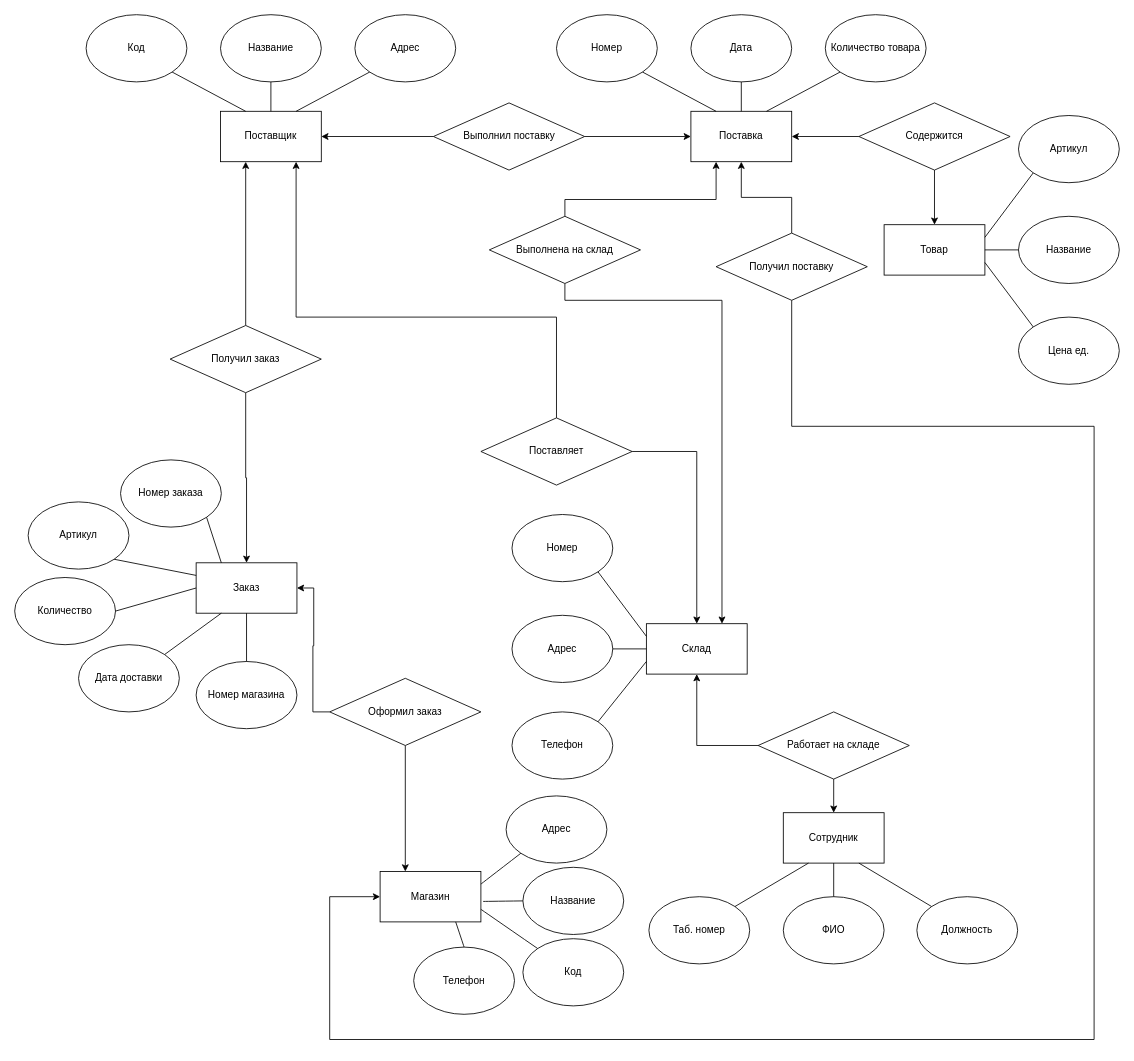
Above: Untitled Diagram.drawio in polina-shimolina/OpenWeatherMap1 (draw.io), before the change. Source tidied: cells renumbered, new cells numbered last; positions are measured from the earlier drawing's top-left corner, leaving out a move shared by most shapes. Both pictures are drawn from the tidied source at 84%, with x=0, y=0 at pixel (14, 14).
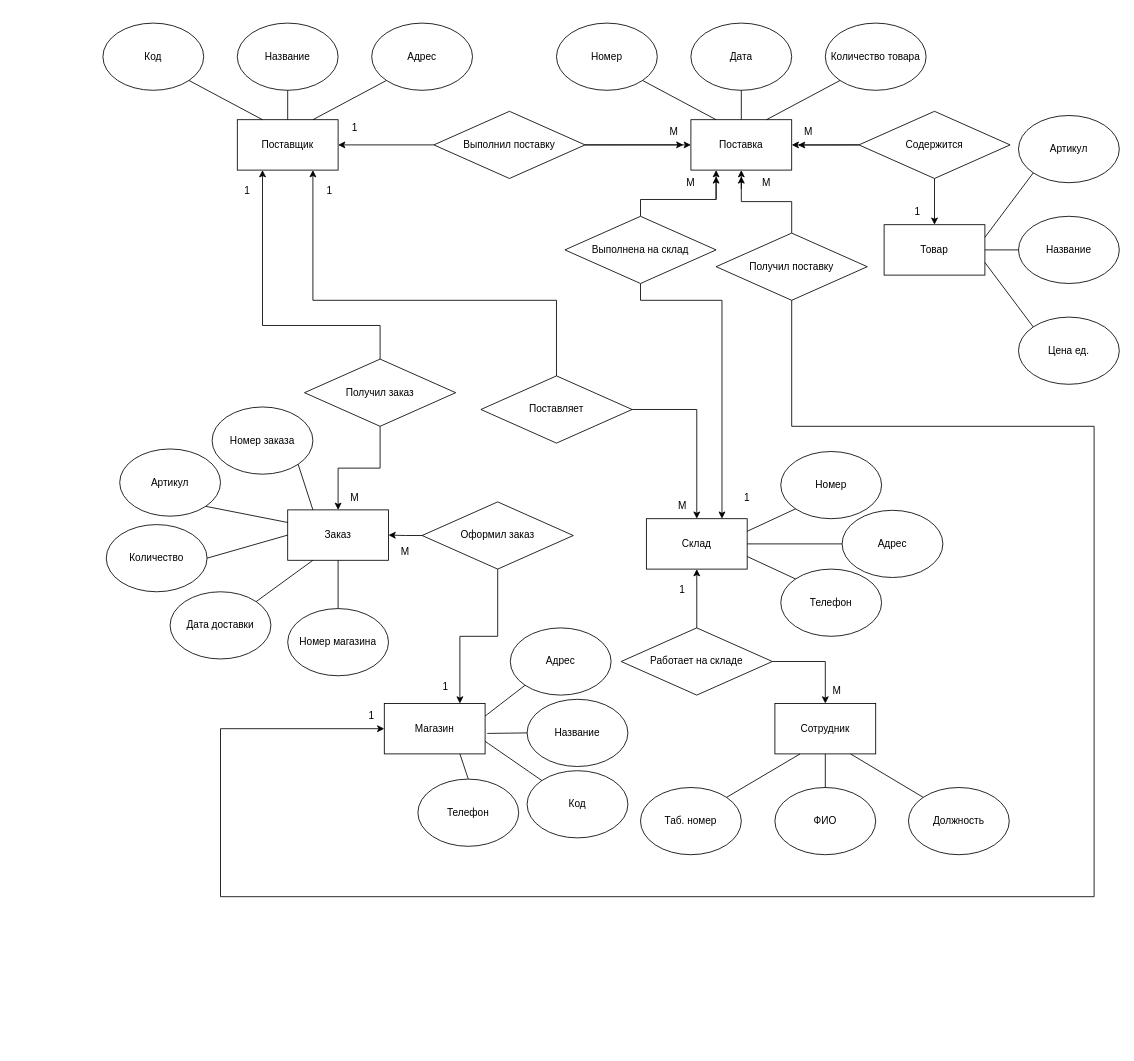
After the change.

Unchanged cells that the change refers to:
```xml
<mxCell id="6" value="Склад" style="rounded=0;whiteSpace=wrap;html=1;" parent="5" vertex="1">
  <mxGeometry x="160" y="130" width="120" height="60" as="geometry" />
</mxCell>
<mxCell id="20" value="Поставка" style="rounded=0;whiteSpace=wrap;html=1;" parent="19" vertex="1">
  <mxGeometry x="160" y="115" width="120" height="60" as="geometry" />
</mxCell>
<mxCell id="28" value="Поставщик" style="rounded=0;whiteSpace=wrap;html=1;" parent="27" vertex="1">
  <mxGeometry x="160" y="115" width="120" height="60" as="geometry" />
</mxCell>
<mxCell id="35" style="group;" parent="1" vertex="1">
  <mxGeometry x="1035" y="120" width="280" height="320" as="geometry" />
</mxCell>
<mxCell id="36" value="Товар" style="rounded=0;whiteSpace=wrap;html=1;" parent="35" vertex="1">
  <mxGeometry y="130" width="120" height="60" as="geometry" />
</mxCell>
<mxCell id="50" value="Магазин" style="rounded=0;whiteSpace=wrap;html=1;" parent="49" vertex="1">
  <mxGeometry y="90" width="120" height="60" as="geometry" />
</mxCell>
<mxCell id="61" value="Получил поставку" style="rhombus;whiteSpace=wrap;html=1;" parent="1" vertex="1">
  <mxGeometry x="835" y="260" width="180" height="80" as="geometry" />
</mxCell>
```

What changed in the source:
```diff
@@
     <mxCell id="4" value="Выполнил поставку" style="rhombus;whiteSpace=wrap;html=1;" parent="1" vertex="1">
-      <mxGeometry x="498.5" y="105" width="180" height="80" as="geometry" />
+      <mxGeometry x="499" y="115" width="180" height="80" as="geometry" />
     </mxCell>
     <mxCell id="5" style="group;" parent="1" vertex="1">
-      <mxGeometry x="592" y="595" width="320" height="315" as="geometry" />
+      <mxGeometry x="592" y="470" width="320" height="340" as="geometry" />
     </mxCell>
@@
-    <mxCell id="7" value="Номер" style="ellipse;whiteSpace=wrap;html=1;" parent="5" vertex="1">
-      <mxGeometry width="120" height="80" as="geometry" />
-    </mxCell>
-    <mxCell id="8" value="Адрес" style="ellipse;whiteSpace=wrap;html=1;" parent="5" vertex="1">
-      <mxGeometry y="120" width="120" height="80" as="geometry" />
-    </mxCell>
-    <mxCell id="9" value="Телефон" style="ellipse;whiteSpace=wrap;html=1;" parent="5" vertex="1">
-      <mxGeometry y="235" width="120" height="80" as="geometry" />
-    </mxCell>
-    <mxCell id="10" style="endArrow=none;html=1;rounded=0;entryX=0;entryY=0.5;entryDx=0;entryDy=0;exitX=1;exitY=0.5;exitDx=0;exitDy=0;" parent="5" edge="1" source="8" target="6">
-      <mxGeometry relative="1" as="geometry" />
-    </mxCell>
-    <mxCell id="11" style="endArrow=none;html=1;rounded=0;exitX=0;exitY=0.25;exitDx=0;exitDy=0;entryX=1;entryY=1;entryDx=0;entryDy=0;" parent="5" edge="1" source="6" target="7">
-      <mxGeometry relative="1" as="geometry" />
-    </mxCell>
-    <mxCell id="12" style="endArrow=none;html=1;rounded=0;entryX=0;entryY=0.75;entryDx=0;entryDy=0;exitX=1;exitY=0;exitDx=0;exitDy=0;" parent="5" edge="1" source="9" target="6">
-      <mxGeometry relative="1" as="geometry" />
-    </mxCell>
+    <mxCell id="72" value="Работает на складе" style="rhombus;whiteSpace=wrap;html=1;" parent="5" vertex="1">
+      <mxGeometry x="130" y="260" width="180" height="80" as="geometry" />
+    </mxCell>
+    <mxCell id="70" style="edgeStyle=orthogonalEdgeStyle;rounded=0;jettySize=auto;html=1;entryX=0.5;entryY=1;entryDx=0;entryDy=0;" parent="5" edge="1" source="72" target="6">
+      <mxGeometry relative="1" as="geometry" />
+    </mxCell>
+    <mxCell id="88" value="М" style="text;html=1;strokeColor=none;fillColor=none;align=center;verticalAlign=middle;whiteSpace=wrap;rounded=0;shadow=1;" parent="5" vertex="1">
+      <mxGeometry x="173" y="100" width="60" height="30" as="geometry" />
+    </mxCell>
+    <mxCell id="89" value="1" style="text;html=1;strokeColor=none;fillColor=none;align=center;verticalAlign=middle;whiteSpace=wrap;rounded=0;shadow=1;" parent="5" vertex="1">
+      <mxGeometry x="250" y="90" width="60" height="30" as="geometry" />
+    </mxCell>
+    <mxCell id="15" value="Поставляет" style="rhombus;whiteSpace=wrap;html=1;" parent="5" vertex="1">
+      <mxGeometry x="-37" y="-40" width="180" height="80" as="geometry" />
+    </mxCell>
-    <mxCell id="13" style="edgeStyle=orthogonalEdgeStyle;rounded=0;jettySize=auto;html=1;entryX=0.5;entryY=0;entryDx=0;entryDy=0;" parent="1" edge="1" source="15" target="6">
+    <mxCell id="13" style="edgeStyle=orthogonalEdgeStyle;rounded=0;jettySize=auto;html=1;entryX=0.5;entryY=0;entryDx=0;entryDy=0;" parent="5" edge="1" source="15" target="6">
       <mxGeometry relative="1" as="geometry" />
     </mxCell>
+    <mxCell id="90" value="1" style="text;html=1;strokeColor=none;fillColor=none;align=center;verticalAlign=middle;whiteSpace=wrap;rounded=0;shadow=1;" parent="5" vertex="1">
+      <mxGeometry x="173" y="200" width="60" height="30" as="geometry" />
+    </mxCell>
+    <mxCell id="75" value="Оформил заказ" style="rhombus;whiteSpace=wrap;html=1;" parent="5" vertex="1">
+      <mxGeometry x="-107" y="110" width="180" height="80" as="geometry" />
+    </mxCell>
     <mxCell id="14" style="edgeStyle=orthogonalEdgeStyle;rounded=0;jettySize=auto;html=1;entryX=0.75;entryY=1;entryDx=0;entryDy=0;exitX=0.5;exitY=0;exitDx=0;exitDy=0;" parent="1" edge="1" source="15" target="28">
       <mxGeometry relative="1" as="geometry">
         <Array as="points">
-          <mxPoint x="645" y="360" />
-          <mxPoint x="335" y="360" />
+          <mxPoint x="645" y="340" />
+          <mxPoint x="355" y="340" />
         </Array>
       </mxGeometry>
     </mxCell>
-    <mxCell id="15" value="Поставляет" style="rhombus;whiteSpace=wrap;html=1;" parent="1" vertex="1">
-      <mxGeometry x="555" y="480" width="180" height="80" as="geometry" />
-    </mxCell>
@@
     <mxCell id="17" style="edgeStyle=orthogonalEdgeStyle;rounded=0;jettySize=auto;html=1;entryX=0.25;entryY=1;entryDx=0;entryDy=0;" parent="1" edge="1" source="18" target="28">
-      <mxGeometry relative="1" as="geometry" />
+      <mxGeometry relative="1" as="geometry">
+        <Array as="points">
+          <mxPoint x="435" y="370" />
+          <mxPoint x="295" y="370" />
+        </Array>
+      </mxGeometry>
     </mxCell>
     <mxCell id="18" value="Получил заказ" style="rhombus;whiteSpace=wrap;html=1;" parent="1" vertex="1">
-      <mxGeometry x="185" y="370" width="180" height="80" as="geometry" />
+      <mxGeometry x="345" y="410" width="180" height="80" as="geometry" />
     </mxCell>
     <mxCell id="19" style="group;" parent="1" vertex="1">
-      <mxGeometry x="645" width="440" height="175" as="geometry" />
+      <mxGeometry x="645" y="10" width="440" height="175" as="geometry" />
     </mxCell>
@@
+    <mxCell id="91" value="М" style="text;html=1;strokeColor=none;fillColor=none;align=center;verticalAlign=middle;whiteSpace=wrap;rounded=0;shadow=1;" parent="19" vertex="1">
+      <mxGeometry x="110" y="115" width="60" height="30" as="geometry" />
+    </mxCell>
+    <mxCell id="92" value="М" style="text;html=1;strokeColor=none;fillColor=none;align=center;verticalAlign=middle;whiteSpace=wrap;rounded=0;shadow=1;" parent="19" vertex="1">
+      <mxGeometry x="270" y="115" width="60" height="30" as="geometry" />
+    </mxCell>
     <mxCell id="27" style="group;" parent="1" vertex="1">
-      <mxGeometry x="85" width="440" height="175" as="geometry" />
+      <mxGeometry x="105" y="10" width="440" height="175" as="geometry" />
     </mxCell>
@@
+    <mxCell id="93" value="1" style="text;html=1;strokeColor=none;fillColor=none;align=center;verticalAlign=middle;whiteSpace=wrap;rounded=0;shadow=1;" parent="27" vertex="1">
+      <mxGeometry x="270" y="110" width="60" height="30" as="geometry" />
+    </mxCell>
@@
-    <mxCell id="43" style="edgeStyle=orthogonalEdgeStyle;rounded=0;jettySize=auto;html=1;entryX=1;entryY=0.5;entryDx=0;entryDy=0;" parent="1" edge="1" source="44" target="20">
-      <mxGeometry relative="1" as="geometry" />
-    </mxCell>
-    <mxCell id="44" value="Содержится" style="rhombus;whiteSpace=wrap;html=1;" parent="1" vertex="1">
-      <mxGeometry x="1005" y="105" width="180" height="80" as="geometry" />
+    <mxCell id="44" value="Содержится" style="rhombus;whiteSpace=wrap;html=1;" parent="35" vertex="1">
+      <mxGeometry x="-30" y="-5" width="180" height="80" as="geometry" />
     </mxCell>
-    <mxCell id="45" style="edgeStyle=orthogonalEdgeStyle;rounded=0;jettySize=auto;html=1;entryX=0.5;entryY=0;entryDx=0;entryDy=0;" parent="1" edge="1" source="44" target="36">
+    <mxCell id="45" style="edgeStyle=orthogonalEdgeStyle;rounded=0;jettySize=auto;html=1;entryX=0.5;entryY=0;entryDx=0;entryDy=0;" parent="35" edge="1" source="44" target="36">
       <mxGeometry relative="1" as="geometry" />
     </mxCell>
+    <mxCell id="94" value="1" style="text;html=1;strokeColor=none;fillColor=none;align=center;verticalAlign=middle;whiteSpace=wrap;rounded=0;shadow=1;" parent="35" vertex="1">
+      <mxGeometry x="10" y="100" width="60" height="30" as="geometry" />
+    </mxCell>
+    <mxCell id="43" style="edgeStyle=orthogonalEdgeStyle;rounded=0;jettySize=auto;html=1;entryX=1;entryY=0.5;entryDx=0;entryDy=0;" parent="1" edge="1" source="44" target="20">
+      <mxGeometry relative="1" as="geometry" />
+    </mxCell>
     <mxCell id="46" style="edgeStyle=orthogonalEdgeStyle;rounded=0;jettySize=auto;html=1;entryX=0.25;entryY=1;entryDx=0;entryDy=0;" parent="1" edge="1" source="48" target="20">
       <mxGeometry relative="1" as="geometry">
         <Array as="points">
-          <mxPoint x="655" y="220" />
+          <mxPoint x="745" y="220" />
           <mxPoint x="835" y="220" />
         </Array>
       </mxGeometry>
     </mxCell>
     <mxCell id="47" style="edgeStyle=orthogonalEdgeStyle;rounded=0;jettySize=auto;html=1;entryX=0.75;entryY=0;entryDx=0;entryDy=0;" parent="1" edge="1" source="48" target="6">
       <mxGeometry relative="1" as="geometry">
         <Array as="points">
-          <mxPoint x="655" y="340" />
+          <mxPoint x="745" y="340" />
           <mxPoint x="842" y="340" />
         </Array>
       </mxGeometry>
     </mxCell>
     <mxCell id="48" value="Выполнена на склад" style="rhombus;whiteSpace=wrap;html=1;" parent="1" vertex="1">
-      <mxGeometry x="565" y="240" width="180" height="80" as="geometry" />
+      <mxGeometry x="655" y="240" width="180" height="80" as="geometry" />
     </mxCell>
     <mxCell id="49" style="group;" parent="1" vertex="1">
-      <mxGeometry x="435" y="930" width="290" height="260" as="geometry" />
+      <mxGeometry x="440" y="730" width="290" height="260" as="geometry" />
     </mxCell>
@@
+    <mxCell id="95" value="1" style="text;html=1;strokeColor=none;fillColor=none;align=center;verticalAlign=middle;whiteSpace=wrap;rounded=0;shadow=1;" parent="49" vertex="1">
+      <mxGeometry x="43" y="55" width="60" height="30" as="geometry" />
+    </mxCell>
@@
     <mxCell id="60" style="edgeStyle=orthogonalEdgeStyle;rounded=0;jettySize=auto;html=1;entryX=0;entryY=0.5;entryDx=0;entryDy=0;exitX=0.5;exitY=1;exitDx=0;exitDy=0;" parent="1" edge="1" source="61" target="50">
       <mxGeometry relative="1" as="geometry">
         <Array as="points">
           <mxPoint x="925" y="490" />
           <mxPoint x="1285" y="490" />
-          <mxPoint x="1285" y="1220" />
-          <mxPoint x="375" y="1220" />
-          <mxPoint x="375" y="1050" />
+          <mxPoint x="1285" y="1050" />
+          <mxPoint x="245" y="1050" />
+          <mxPoint x="245" y="850" />
         </Array>
       </mxGeometry>
     </mxCell>
@@
     <mxCell id="62" style="group;" parent="1" vertex="1">
-      <mxGeometry x="755" y="950" width="439" height="180" as="geometry" />
+      <mxGeometry x="745" y="820" width="439" height="180" as="geometry" />
     </mxCell>
@@
-    <mxCell id="70" style="edgeStyle=orthogonalEdgeStyle;rounded=0;jettySize=auto;html=1;entryX=0.5;entryY=1;entryDx=0;entryDy=0;" parent="1" edge="1" source="72" target="6">
-      <mxGeometry relative="1" as="geometry" />
-    </mxCell>
@@
-    <mxCell id="72" value="Работает на складе" style="rhombus;whiteSpace=wrap;html=1;" parent="1" vertex="1">
-      <mxGeometry x="885" y="830" width="180" height="80" as="geometry" />
-    </mxCell>
@@
-    <mxCell id="74" style="edgeStyle=orthogonalEdgeStyle;rounded=0;jettySize=auto;html=1;entryX=0.25;entryY=0;entryDx=0;entryDy=0;" parent="1" edge="1" source="75" target="50">
+    <mxCell id="74" style="edgeStyle=orthogonalEdgeStyle;rounded=0;jettySize=auto;html=1;entryX=0.75;entryY=0;entryDx=0;entryDy=0;" parent="1" edge="1" source="75" target="50">
       <mxGeometry relative="1" as="geometry" />
     </mxCell>
-    <mxCell id="75" value="Оформил заказ" style="rhombus;whiteSpace=wrap;html=1;" parent="1" vertex="1">
-      <mxGeometry x="375" y="790" width="180" height="80" as="geometry" />
-    </mxCell>
     <mxCell id="76" style="group;" parent="1" vertex="1">
-      <mxGeometry y="530" width="336" height="320" as="geometry" />
+      <mxGeometry x="109" y="467" width="336" height="320" as="geometry" />
     </mxCell>
@@
+    <mxCell id="96" value="М" style="text;html=1;strokeColor=none;fillColor=none;align=center;verticalAlign=middle;whiteSpace=wrap;rounded=0;shadow=1;" parent="76" vertex="1">
+      <mxGeometry x="266" y="92.5" width="60" height="30" as="geometry" />
+    </mxCell>
+    <mxCell id="8" value="Адрес" style="ellipse;whiteSpace=wrap;html=1;" parent="1" vertex="1">
+      <mxGeometry x="985" y="590" width="120" height="80" as="geometry" />
+    </mxCell>
+    <mxCell id="10" style="endArrow=none;html=1;rounded=0;entryX=1;entryY=0.5;entryDx=0;entryDy=0;exitX=0;exitY=0.5;exitDx=0;exitDy=0;" parent="1" edge="1" source="8" target="6">
+      <mxGeometry relative="1" as="geometry" />
+    </mxCell>
+    <mxCell id="7" value="Номер" style="ellipse;whiteSpace=wrap;html=1;" parent="1" vertex="1">
+      <mxGeometry x="912" y="520" width="120" height="80" as="geometry" />
+    </mxCell>
+    <mxCell id="11" style="endArrow=none;html=1;rounded=0;exitX=1;exitY=0.25;exitDx=0;exitDy=0;entryX=0;entryY=1;entryDx=0;entryDy=0;" parent="1" edge="1" source="6" target="7">
+      <mxGeometry relative="1" as="geometry" />
+    </mxCell>
+    <mxCell id="9" value="Телефон" style="ellipse;whiteSpace=wrap;html=1;" parent="1" vertex="1">
+      <mxGeometry x="912" y="660" width="120" height="80" as="geometry" />
+    </mxCell>
+    <mxCell id="12" style="endArrow=none;html=1;rounded=0;entryX=1;entryY=0.75;entryDx=0;entryDy=0;exitX=0;exitY=0;exitDx=0;exitDy=0;" parent="1" edge="1" source="9" target="6">
+      <mxGeometry relative="1" as="geometry" />
+    </mxCell>
+    <mxCell id="97" value="1" style="text;html=1;strokeColor=none;fillColor=none;align=center;verticalAlign=middle;whiteSpace=wrap;rounded=0;shadow=1;" parent="1" vertex="1">
+      <mxGeometry x="345" y="195" width="60" height="30" as="geometry" />
+    </mxCell>
+    <mxCell id="98" value="1" style="text;html=1;strokeColor=none;fillColor=none;align=center;verticalAlign=middle;whiteSpace=wrap;rounded=0;shadow=1;" parent="1" vertex="1">
+      <mxGeometry x="247" y="195" width="60" height="30" as="geometry" />
+    </mxCell>
+    <mxCell id="99" value="1" style="text;html=1;strokeColor=none;fillColor=none;align=center;verticalAlign=middle;whiteSpace=wrap;rounded=0;shadow=1;" parent="1" vertex="1">
+      <mxGeometry x="395" y="820" width="60" height="30" as="geometry" />
+    </mxCell>
+    <mxCell id="100" value="М" style="text;html=1;strokeColor=none;fillColor=none;align=center;verticalAlign=middle;whiteSpace=wrap;rounded=0;shadow=1;" parent="1" vertex="1">
+      <mxGeometry x="865" y="185" width="60" height="30" as="geometry" />
+    </mxCell>
+    <mxCell id="101" value="М" style="text;html=1;strokeColor=none;fillColor=none;align=center;verticalAlign=middle;whiteSpace=wrap;rounded=0;shadow=1;" parent="1" vertex="1">
+      <mxGeometry x="775" y="185" width="60" height="30" as="geometry" />
+    </mxCell>
+    <mxCell id="102" value="М" style="text;html=1;strokeColor=none;fillColor=none;align=center;verticalAlign=middle;whiteSpace=wrap;rounded=0;shadow=1;" parent="1" vertex="1">
+      <mxGeometry x="949" y="790" width="60" height="30" as="geometry" />
+    </mxCell>
+    <mxCell id="103" value="М" style="text;html=1;strokeColor=none;fillColor=none;align=center;verticalAlign=middle;whiteSpace=wrap;rounded=0;shadow=1;" parent="1" vertex="1">
+      <mxGeometry x="435" y="625" width="60" height="30" as="geometry" />
+    </mxCell>
+    <mxCell id="104" style="endArrow=classic;html=1;rounded=0;exitX=1;exitY=0.5;exitDx=0;exitDy=0;entryX=0.684;entryY=0.998;entryDx=0;entryDy=0;entryPerimeter=0;" parent="1" edge="1" source="4" target="91">
+      <mxGeometry relative="1" as="geometry" />
+    </mxCell>
+    <mxCell id="105" style="endArrow=classic;html=1;rounded=0;entryX=1;entryY=0.25;entryDx=0;entryDy=0;" parent="1" edge="1" target="101">
+      <mxGeometry relative="1" as="geometry">
+        <mxPoint x="835" y="220" as="sourcePoint" />
+      </mxGeometry>
+    </mxCell>
+    <mxCell id="106" style="endArrow=classic;html=1;rounded=0;exitX=0;exitY=0.75;exitDx=0;exitDy=0;entryX=0;entryY=0.25;entryDx=0;entryDy=0;" parent="1" edge="1" source="100" target="100">
+      <mxGeometry relative="1" as="geometry" />
+    </mxCell>
+    <mxCell id="107" style="endArrow=classic;html=1;rounded=0;exitX=0;exitY=0.5;exitDx=0;exitDy=0;entryX=0.292;entryY=1.006;entryDx=0;entryDy=0;entryPerimeter=0;" parent="1" edge="1" source="44" target="92">
+      <mxGeometry relative="1" as="geometry" />
+    </mxCell>
```
